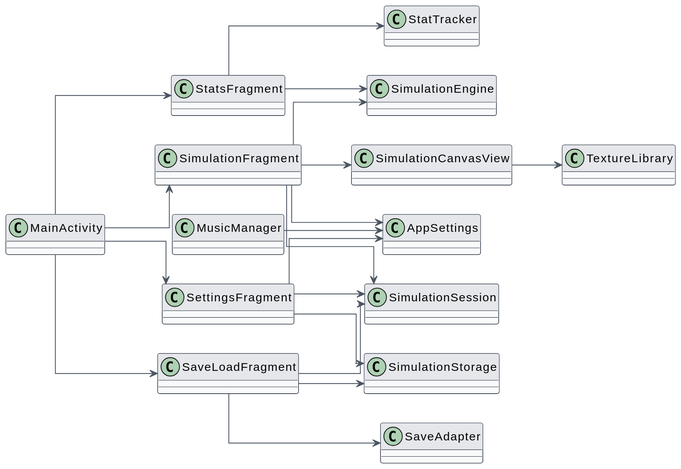
Before: book/src/assets/uml/ui-flow.svg, a diagram exported from PlantUML (oliynykmax/Tleilax).
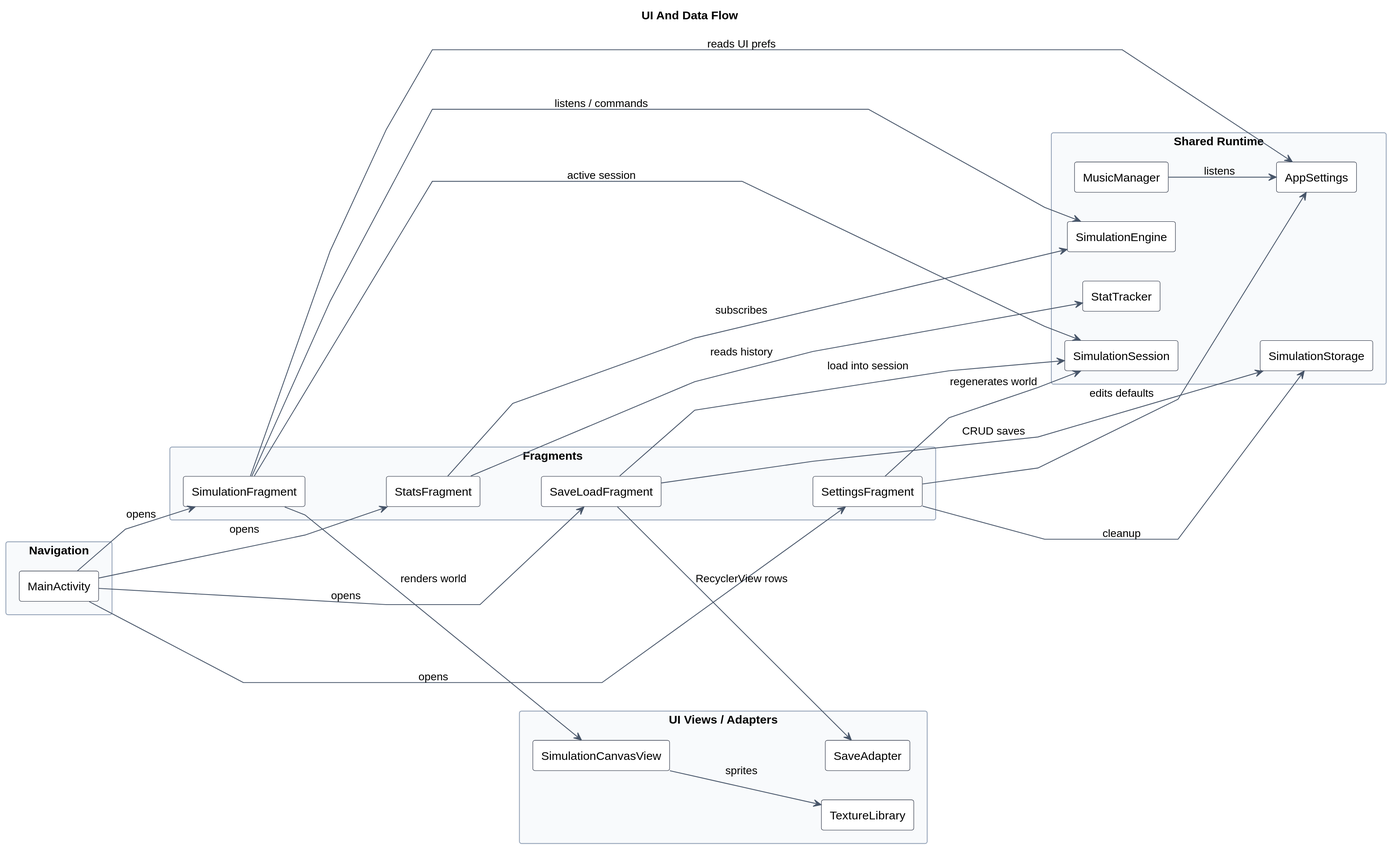
The same file after the commit.

Diff of the diagram source:
```diff
@@ -1,53 +1,76 @@
 @startuml
+title UI And Data Flow
 skinparam backgroundColor transparent
 skinparam shadowing false
 skinparam dpi 180
 skinparam defaultFontName Helvetica
-skinparam classFontName Helvetica
-skinparam ArrowColor #4B5563
-skinparam ClassBorderColor #1F2937
-skinparam ClassBackgroundColor #F9FAFB
-skinparam ClassHeaderBackgroundColor #E5E7EB
-skinparam ClassAttributeIconSize 0
-skinparam linetype ortho
+skinparam ArrowColor #475569
+skinparam componentStyle rectangle
+skinparam packageStyle rectangle
+skinparam rectangle {
+  BorderColor #0F172A
+  BackgroundColor #FFFFFF
+}
+skinparam package {
+  BorderColor #94A3B8
+  BackgroundColor #F8FAFC
+}
+skinparam linetype polyline
 left to right direction
 
-class MainActivity
-class SimulationFragment
-class StatsFragment
-class SaveLoadFragment
-class SettingsFragment
-class SimulationCanvasView
-class TextureLibrary
-class SimulationSession
-class SimulationEngine
-class SimulationStorage
-class StatTracker
-class AppSettings
-class MusicManager
-class SaveAdapter
+package "Navigation" {
+  rectangle MainActivity
+}
 
-MainActivity --> SimulationFragment
-MainActivity --> StatsFragment
-MainActivity --> SaveLoadFragment
-MainActivity --> SettingsFragment
+package "Fragments" {
+  rectangle SimulationFragment
+  rectangle StatsFragment
+  rectangle SaveLoadFragment
+  rectangle SettingsFragment
+}
 
-SimulationFragment --> SimulationCanvasView
-SimulationFragment --> SimulationSession
-SimulationFragment --> SimulationEngine
-SimulationFragment --> AppSettings
+package "UI Views / Adapters" {
+  rectangle SimulationCanvasView
+  rectangle TextureLibrary
+  rectangle SaveAdapter
+}
 
-StatsFragment --> SimulationEngine
-StatsFragment --> StatTracker
+package "Shared Runtime" {
+  rectangle SimulationSession
+  rectangle SimulationEngine
+  rectangle StatTracker
+  rectangle AppSettings
+  rectangle MusicManager
+  rectangle SimulationStorage
+}
 
-SaveLoadFragment --> SimulationSession
-SaveLoadFragment --> SaveAdapter
-SaveLoadFragment --> SimulationStorage
+MainActivity --> SimulationFragment : opens
+MainActivity --> StatsFragment : opens
+MainActivity --> SaveLoadFragment : opens
+MainActivity --> SettingsFragment : opens
 
-SettingsFragment --> AppSettings
-SettingsFragment --> SimulationSession
-SettingsFragment --> SimulationStorage
+SimulationFragment --> SimulationCanvasView : renders world
+SimulationFragment --> SimulationSession : active session
+SimulationFragment --> SimulationEngine : listens / commands
+SimulationFragment --> AppSettings : reads UI prefs
 
-SimulationCanvasView --> TextureLibrary
-MusicManager --> AppSettings
+StatsFragment --> SimulationEngine : subscribes
+StatsFragment --> StatTracker : reads history
+
+SaveLoadFragment --> SimulationSession : load into session
+SaveLoadFragment --> SimulationStorage : CRUD saves
+SaveLoadFragment --> SaveAdapter : RecyclerView rows
+
+SettingsFragment --> AppSettings : edits defaults
+SettingsFragment --> SimulationSession : regenerates world
+SettingsFragment --> SimulationStorage : cleanup
+
+SimulationCanvasView --> TextureLibrary : sprites
+MusicManager --> AppSettings : listens
+
+SimulationFragment -[hidden]-> StatsFragment
+StatsFragment -[hidden]-> SaveLoadFragment
+SaveLoadFragment -[hidden]-> SettingsFragment
+SimulationCanvasView -[hidden]-> SaveAdapter
+SimulationEngine -[hidden]-> SimulationStorage
 @enduml
```
